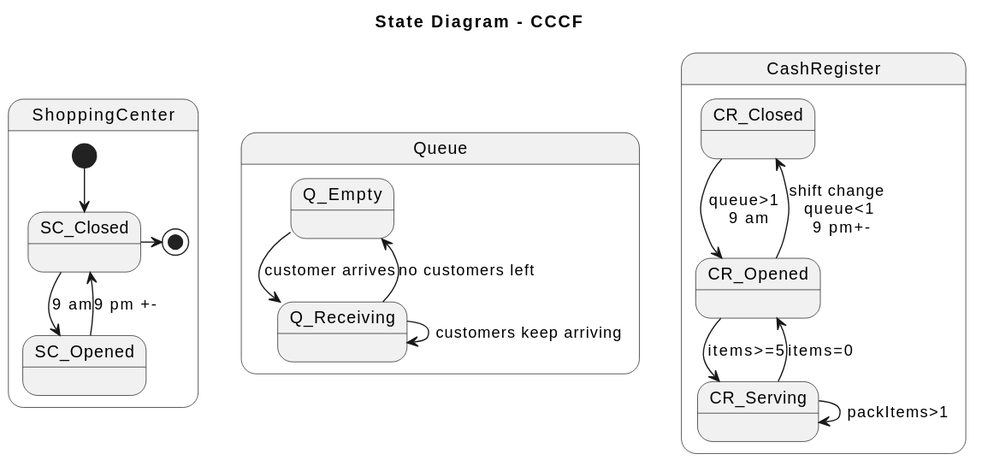
This is images/modelosUML/diagramaEstados.svg from mmasias/23-24-IdSw2-SDD, a PlantUML export, as it was before one commit.
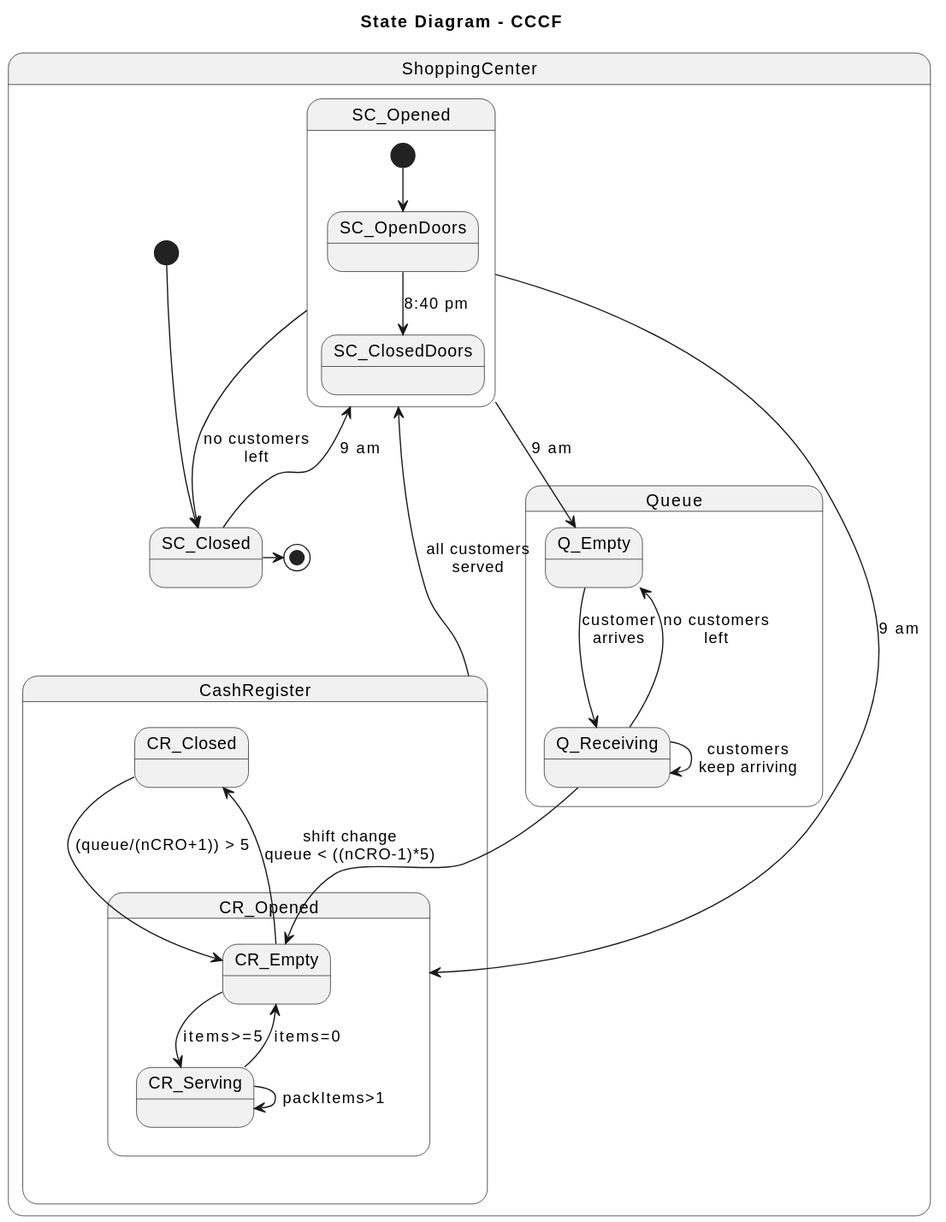
Above is the later version.

Commit message:
diagrama de estados svg y md

What changed in the source:
```diff
@@ -4,20 +4,34 @@
 [*] --> SC_Closed
 SC_Closed -right-> [*]
     SC_Closed --> SC_Opened : 9 am
-    SC_Opened --> SC_Closed : 9 pm +-
+    state SC_Opened {
+    [*] --> SC_OpenDoors
+    SC_OpenDoors --> SC_ClosedDoors: 8:40 pm
+    SC_Opened --> SC_Closed : no customers\nleft
+    }
+
+
+state Queue {
+    Q_Empty --> Q_Receiving: customer\narrives
+    Q_Receiving --> Q_Empty: no customers\nleft
+    Q_Receiving --> Q_Receiving: customers\nkeep arriving
+    SC_Opened --> Q_Empty: 9 am
 }
 
-state Queue {
-    Q_Empty --> Q_Receiving: customer arrives
-    Q_Receiving --> Q_Empty: no customers left
-    Q_Receiving --> Q_Receiving: customers keep arriving
-}
+CashRegister -left-> SC_Opened: all customers\nserved
 
 state CashRegister {
-    CR_Closed --> CR_Opened: queue>1 \n 9 am
-    CR_Opened --> CR_Closed: shift change \n queue<1 \n 9 pm+-
-    CR_Opened --> CR_Serving: items>=5
-    CR_Serving --> CR_Opened: items=0
+    state CR_Closed
+    state CR_Opened{
+    CR_Closed --> CR_Empty: (queue/(nCRO+1)) > 5
+    CR_Empty --> CR_Closed: shift change\nqueue < ((nCRO-1)*5)
+    CR_Empty --> CR_Serving: items>=5
+    CR_Serving --> CR_Empty: items=0
     CR_Serving --> CR_Serving: packItems>1
+    }
+}
+Q_Receiving --> CR_Empty
+SC_Opened --> CR_Opened: 9 am
+
 }
 @enduml
```
